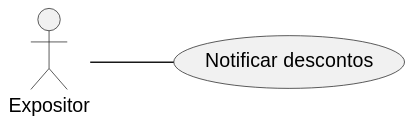
Above: specs/casos_de_uso/svg/uml_uc19.svg in Phenrique-sousa/APS-documents (PlantUML), before the change. Its diagram source:
```plantuml
@startuml
left to right direction

actor "Expositor" as Usuario

usecase "Notificar descontos" as UC2

Usuario -- UC2

@enduml
```
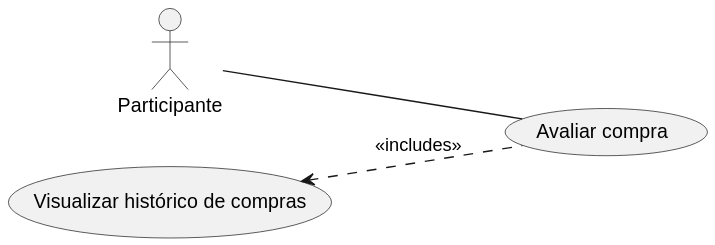
Above is the later version.

What changed in the source:
```diff
@@ -1,10 +1,12 @@
 @startuml
 left to right direction
 
-actor "Expositor" as Usuario
+actor "Participante" as Usuario
 
-usecase "Notificar descontos" as UC2
+usecase "Avaliar compra" as UC1
+usecase "Visualizar histórico de compras" as UC2
 
-Usuario -- UC2
+Usuario -- UC1
 
+UC2 <.. UC1 : <<includes>>
 @enduml
```
